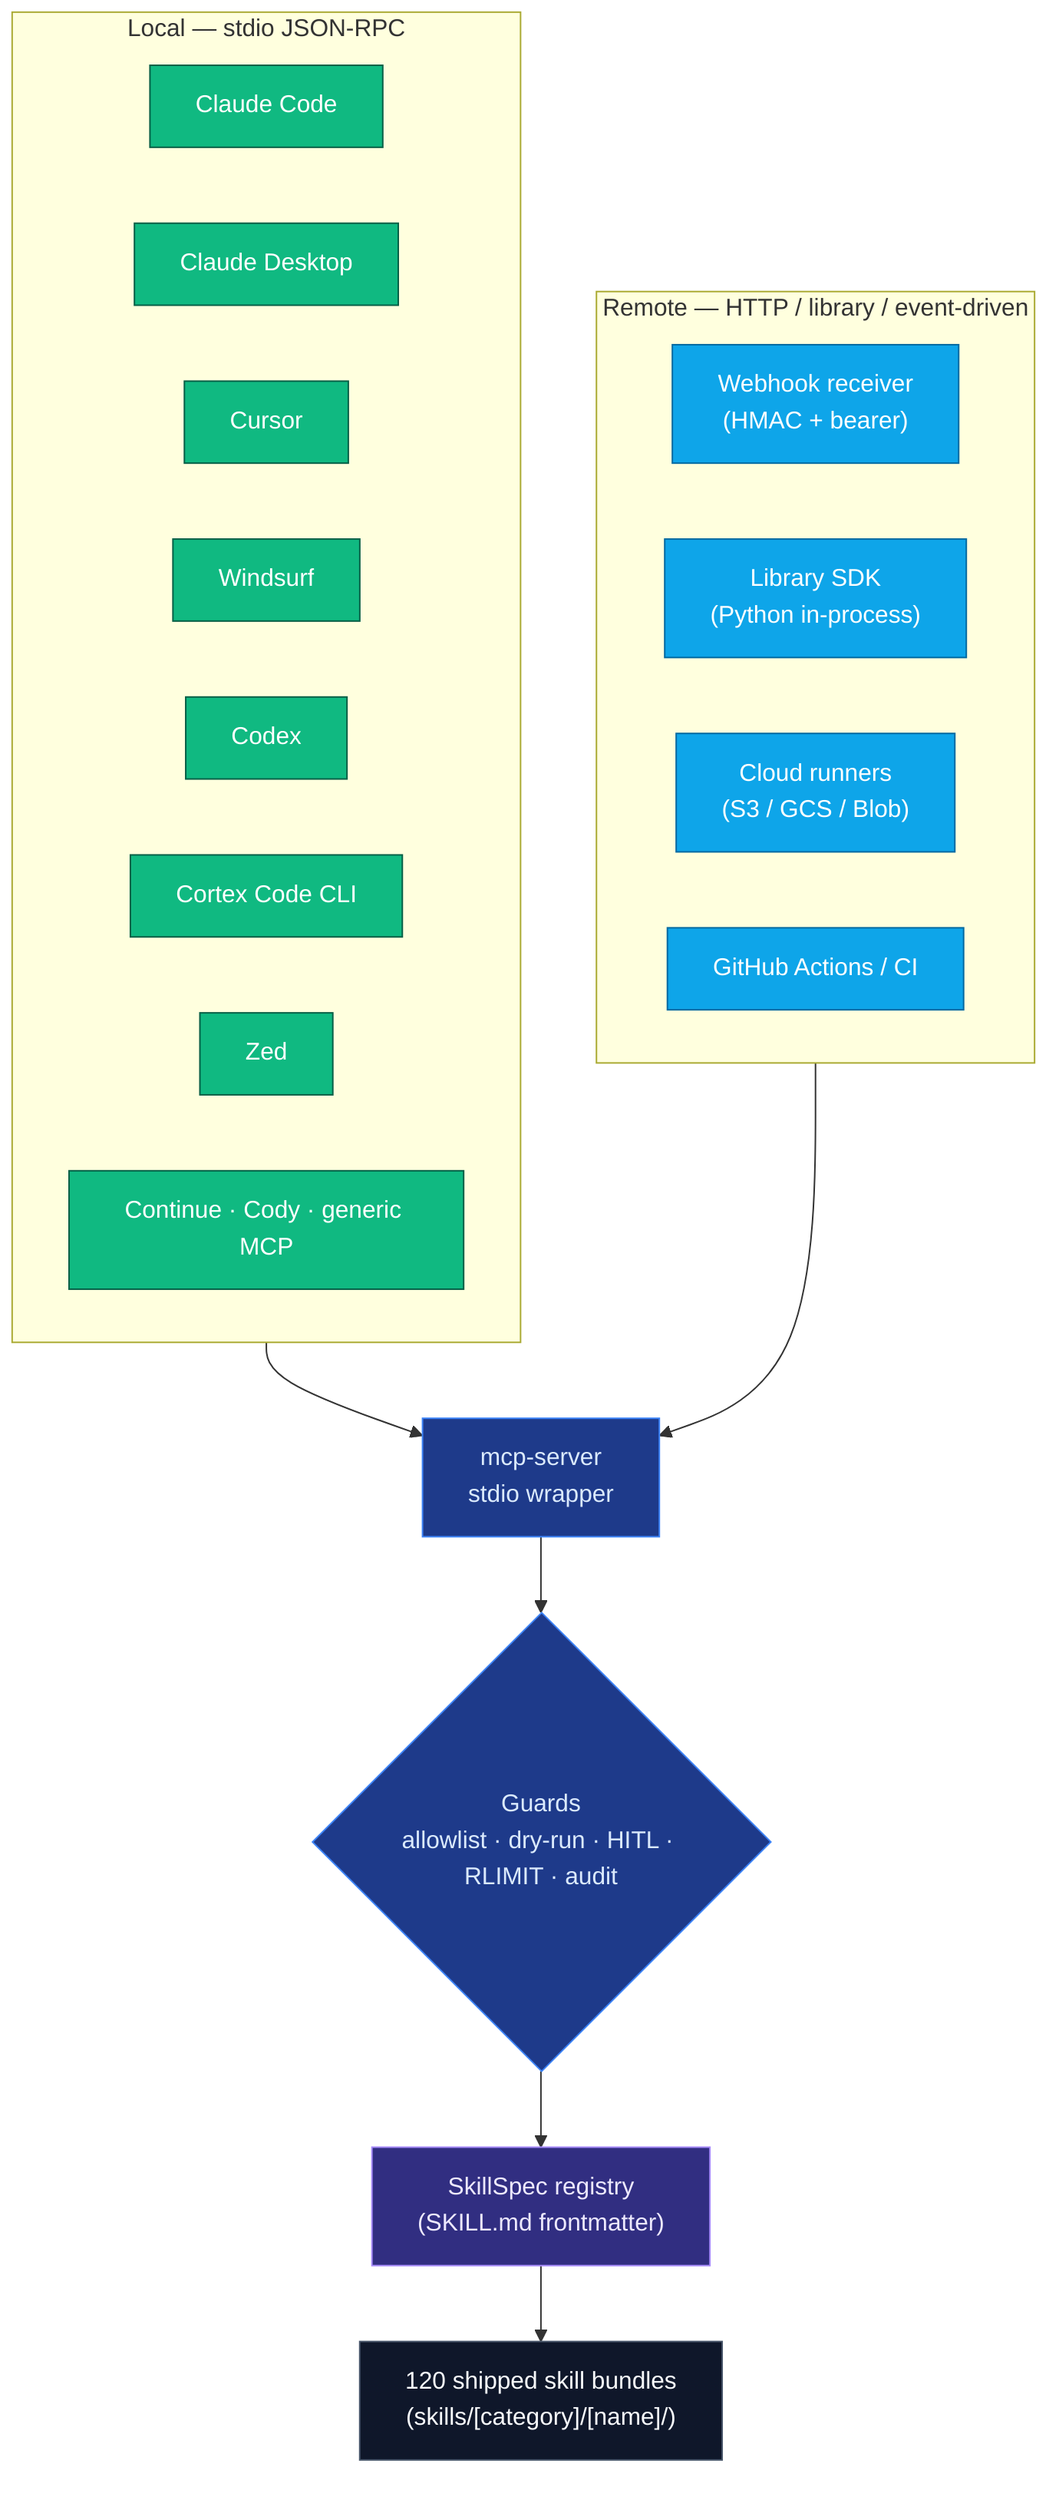
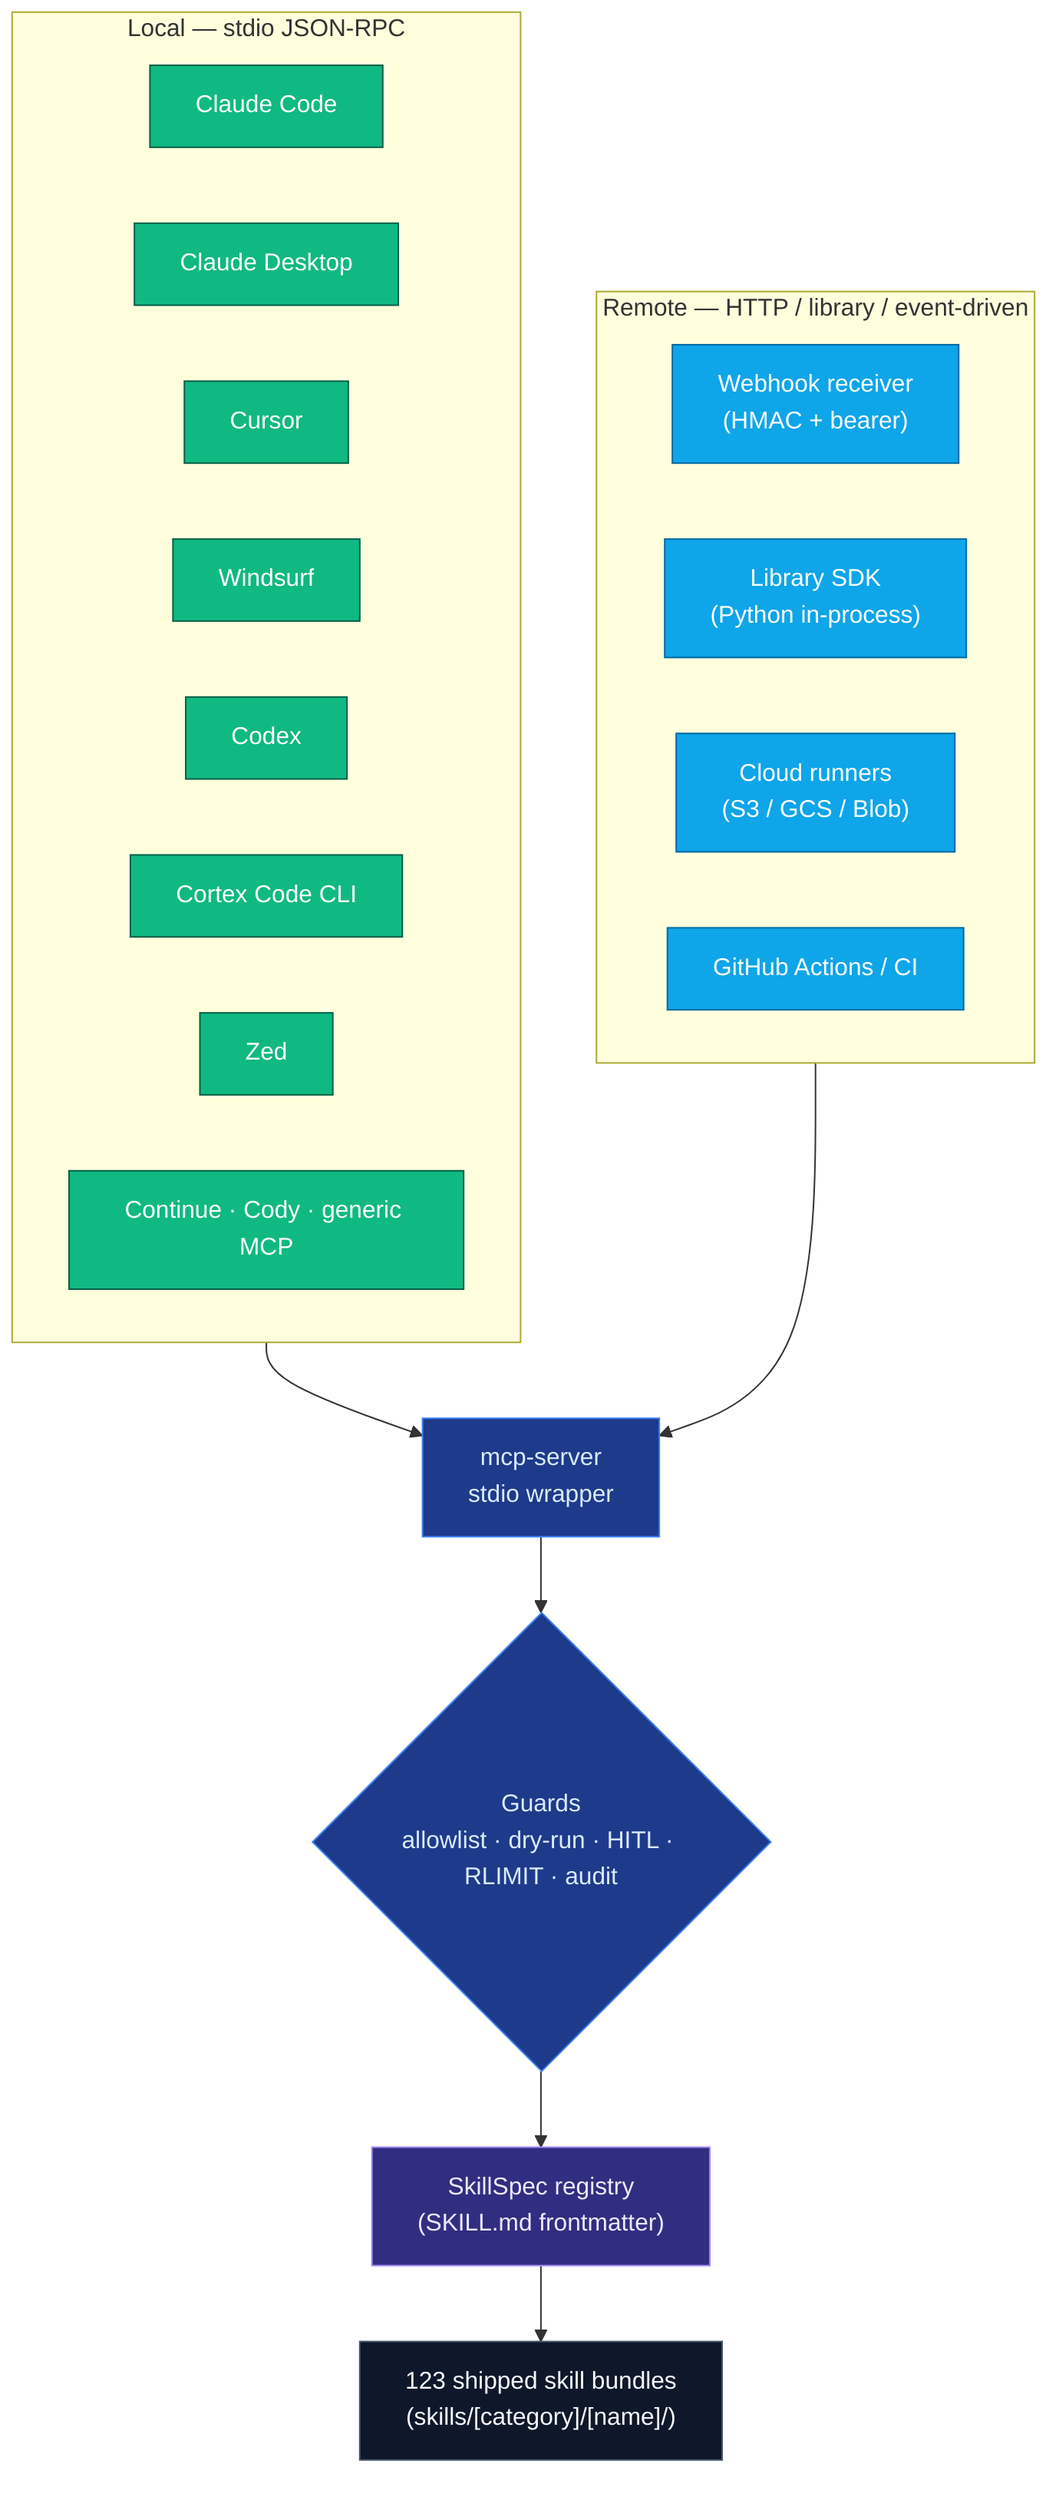
%% Agent topology — every shipped surface that runs the same
%% SKILL.md + src/ + tests/ bundle. Local clients use stdio; remote
%% clients use the webhook receiver or library SDK. Both paths
%% terminate at the same shipped tool registry.
flowchart TB
  classDef local fill:#10b981,stroke:#065f46,color:#ffffff
  classDef remote fill:#0ea5e9,stroke:#0369a1,color:#ffffff
  classDef wrap fill:#1e3a8a,stroke:#3b82f6,color:#dbeafe
  classDef registry fill:#312e81,stroke:#a78bfa,color:#ede9fe
  classDef skills fill:#0f172a,stroke:#475569,color:#f8fafc

  subgraph Local["Local — stdio JSON-RPC"]
    direction LR
    cc["Claude Code"]:::local
    cd["Claude Desktop"]:::local
    cur["Cursor"]:::local
    ws["Windsurf"]:::local
    cdx["Codex"]:::local
    ctx["Cortex Code CLI"]:::local
    zed["Zed"]:::local
    cont["Continue · Cody · generic MCP"]:::local
  end

  subgraph Remote["Remote — HTTP / library / event-driven"]
    direction LR
    web["Webhook receiver<br/>(HMAC + bearer)"]:::remote
    lib["Library SDK<br/>(Python in-process)"]:::remote
    runner["Cloud runners<br/>(S3 / GCS / Blob)"]:::remote
    ci["GitHub Actions / CI"]:::remote
  end

  Local --> mcp["mcp-server<br/>stdio wrapper"]:::wrap
  Remote --> mcp

  mcp --> guards{"Guards<br/>allowlist · dry-run · HITL · RLIMIT · audit"}:::wrap
  guards --> reg["SkillSpec registry<br/>(SKILL.md frontmatter)"]:::registry
-   reg --> skills["120 shipped skill bundles<br/>(skills/[category]/[name]/)"]:::skills
+   reg --> skills["123 shipped skill bundles<br/>(skills/[category]/[name]/)"]:::skills
